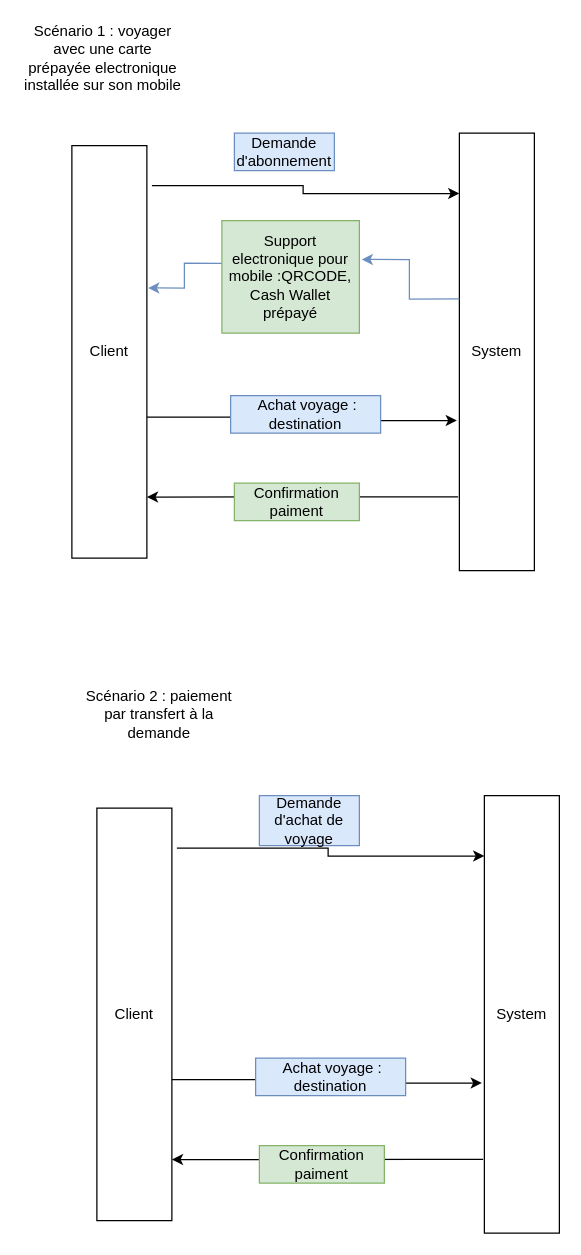
This is Untitled Diagram.drawio from ericametepe/biz-one, a draw.io file, before an edit. Source tidied: cells renumbered, new cells numbered last; positions are measured from the earlier drawing's top-left corner, leaving out a move shared by most shapes. Both pictures are drawn from the tidied source at 125%, with x=0, y=0 at pixel (21, 45).
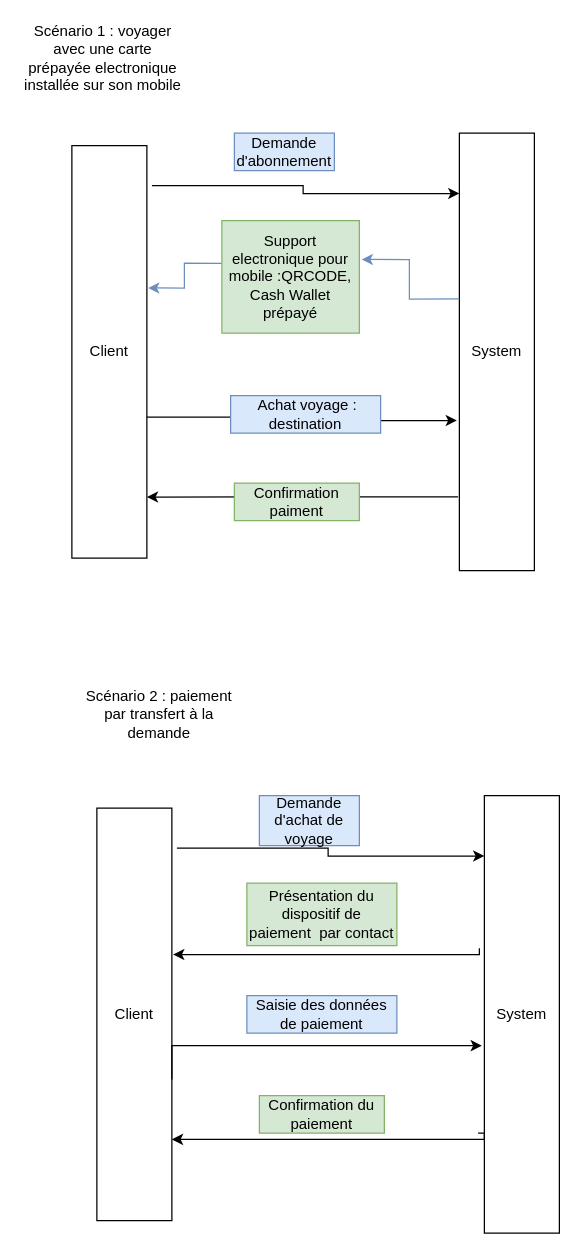
The same page after the edit.

The change refers to these unchanged cells:
```xml
<mxCell id="16" value="Client" style="rounded=0;whiteSpace=wrap;html=1;" parent="1" vertex="1">
  <mxGeometry x="60" y="610" width="60" height="330" as="geometry" />
</mxCell>
<mxCell id="17" value="System" style="rounded=0;whiteSpace=wrap;html=1;" parent="1" vertex="1">
  <mxGeometry x="370" y="600" width="60" height="350" as="geometry" />
</mxCell>
```

What changed in the source:
```diff
@@
-    <mxCell id="15" style="endArrow=classic;html=1;entryX=1;entryY=0.852;entryDx=0;entryDy=0;entryPerimeter=0;" parent="1" edge="1" target="16">
-      <mxGeometry relative="1" as="geometry">
-        <mxPoint x="369" y="891" as="sourcePoint" />
-        <Array as="points">
-          <mxPoint x="330" y="891" />
-        </Array>
-      </mxGeometry>
-    </mxCell>
@@
-    <mxCell id="19" style="edgeStyle=orthogonalEdgeStyle;rounded=0;jettySize=auto;html=1;entryX=-0.033;entryY=0.657;entryDx=0;entryDy=0;entryPerimeter=0;exitX=1;exitY=0.658;exitDx=0;exitDy=0;exitPerimeter=0;" parent="1" edge="1" source="16" target="17">
-      <mxGeometry relative="1" as="geometry" />
+    <mxCell id="19" style="edgeStyle=orthogonalEdgeStyle;rounded=0;jettySize=auto;html=1;exitX=1;exitY=0.658;exitDx=0;exitDy=0;exitPerimeter=0;" parent="1" edge="1" source="16">
+      <mxGeometry relative="1" as="geometry">
+        <mxPoint x="368" y="800" as="targetPoint" />
+        <Array as="points">
+          <mxPoint x="120" y="800" />
+          <mxPoint x="368" y="800" />
+        </Array>
+      </mxGeometry>
     </mxCell>
-    <mxCell id="20" value="&amp;nbsp;Achat voyage : destination" style="text;html=1;strokeColor=#6c8ebf;fillColor=#dae8fc;align=center;verticalAlign=middle;whiteSpace=wrap;rounded=0;" parent="1" vertex="1">
-      <mxGeometry x="187" y="810" width="120" height="30" as="geometry" />
+    <mxCell id="20" value="Saisie des données de paiement" style="text;html=1;strokeColor=#6c8ebf;fillColor=#dae8fc;align=center;verticalAlign=middle;whiteSpace=wrap;rounded=0;" parent="1" vertex="1">
+      <mxGeometry x="180" y="760" width="120" height="30" as="geometry" />
     </mxCell>
@@
-    <mxCell id="22" value="Confirmation paiment " style="text;html=1;strokeColor=#82b366;fillColor=#d5e8d4;align=center;verticalAlign=middle;whiteSpace=wrap;rounded=0;" parent="1" vertex="1">
-      <mxGeometry x="190" y="880" width="100" height="30" as="geometry" />
+    <mxCell id="22" value="Confirmation du paiement " style="text;html=1;strokeColor=#82b366;fillColor=#d5e8d4;align=center;verticalAlign=middle;whiteSpace=wrap;rounded=0;" parent="1" vertex="1">
+      <mxGeometry x="190" y="840" width="100" height="30" as="geometry" />
     </mxCell>
+    <mxCell id="23" style="edgeStyle=orthogonalEdgeStyle;rounded=0;jettySize=auto;html=1;entryX=1.017;entryY=0.355;entryDx=0;entryDy=0;entryPerimeter=0;exitX=-0.067;exitY=0.349;exitDx=0;exitDy=0;exitPerimeter=0;" parent="1" edge="1" source="17" target="16">
+      <mxGeometry relative="1" as="geometry">
+        <Array as="points">
+          <mxPoint x="366" y="727" />
+        </Array>
+      </mxGeometry>
+    </mxCell>
+    <mxCell id="24" value="Présentation du dispositif de paiement&amp;nbsp; par contact" style="text;html=1;strokeColor=#82b366;fillColor=#d5e8d4;align=center;verticalAlign=middle;whiteSpace=wrap;rounded=0;" parent="1" vertex="1">
+      <mxGeometry x="180" y="670" width="120" height="50" as="geometry" />
+    </mxCell>
+    <mxCell id="25" style="edgeStyle=orthogonalEdgeStyle;rounded=0;orthogonalLoop=1;jettySize=auto;html=1;entryX=1.017;entryY=0.355;entryDx=0;entryDy=0;entryPerimeter=0;exitX=-0.067;exitY=0.349;exitDx=0;exitDy=0;exitPerimeter=0;" parent="1" edge="1">
+      <mxGeometry relative="1" as="geometry">
+        <mxPoint x="365" y="870" as="sourcePoint" />
+        <mxPoint x="120" y="875" as="targetPoint" />
+        <Array as="points">
+          <mxPoint x="370" y="870" />
+          <mxPoint x="370" y="875" />
+        </Array>
+      </mxGeometry>
+    </mxCell>
```
